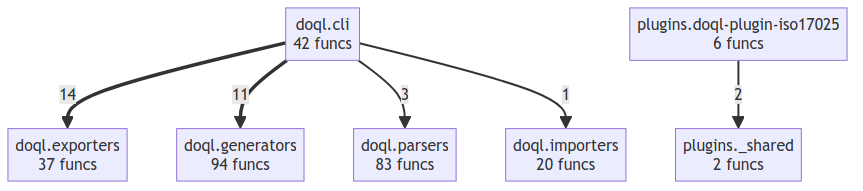
The Mermaid diagram project/compact_flow.png in oqlos/doql, before a commit. Its source is kept beside it as project/compact_flow.mmd.
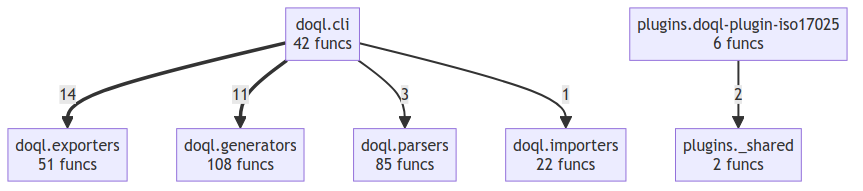
Above is the later version.

Change to the diagram source:
```diff
@@ -1,9 +1,9 @@
 flowchart TD
     doql__cli["doql.cli<br/>42 funcs"]
-    doql__exporters["doql.exporters<br/>37 funcs"]
-    doql__generators["doql.generators<br/>94 funcs"]
-    doql__importers["doql.importers<br/>20 funcs"]
-    doql__parsers["doql.parsers<br/>83 funcs"]
+    doql__exporters["doql.exporters<br/>51 funcs"]
+    doql__generators["doql.generators<br/>108 funcs"]
+    doql__importers["doql.importers<br/>22 funcs"]
+    doql__parsers["doql.parsers<br/>85 funcs"]
     plugins___shared["plugins._shared<br/>2 funcs"]
     plugins__doql_plugin_iso17025["plugins.doql-plugin-iso17025<br/>6 funcs"]
     doql__cli ==>|14| doql__exporters
```
